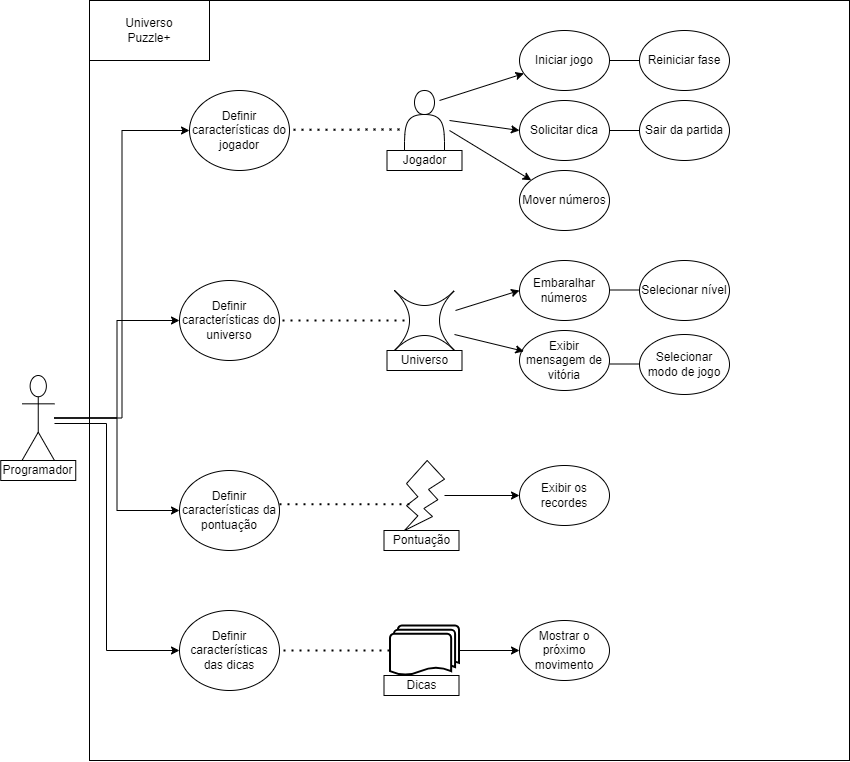
This is Mini Projeto 3/Caso de Uso.png from Beatriz-ge/OO, a draw.io export, as it was before one commit. Source tidied: cells renumbered, new cells last; positions are measured from the earlier drawing's top-left corner, leaving out a move shared by most shapes.
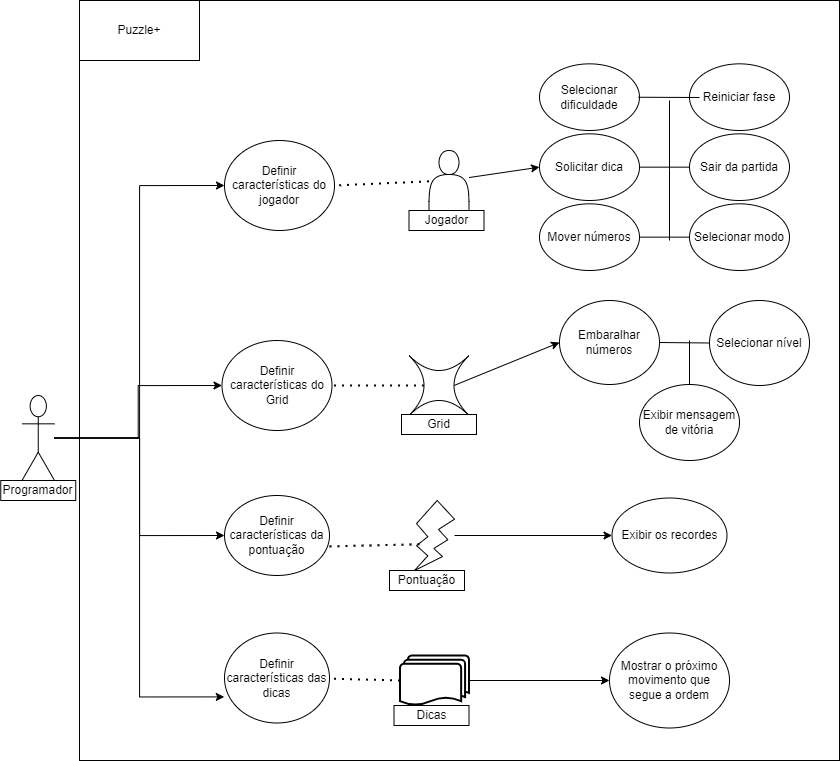
After the change.

Change to the diagram source:
```diff
@@ -3,139 +3,111 @@
     <mxCell id="0" />
     <mxCell id="1" parent="0" />
     <mxCell id="2" style="whiteSpace=wrap;html=1;" parent="1" vertex="1">
-      <mxGeometry x="89" width="760" height="760" as="geometry" />
+      <mxGeometry x="79" y="-20" width="760" height="760" as="geometry" />
     </mxCell>
-    <mxCell id="3" value="Universo&lt;br&gt;Puzzle+" style="rounded=0;whiteSpace=wrap;html=1;" parent="1" vertex="1">
-      <mxGeometry x="89" width="120" height="60" as="geometry" />
+    <mxCell id="3" value="Puzzle+" style="rounded=0;whiteSpace=wrap;html=1;" parent="1" vertex="1">
+      <mxGeometry x="79" y="-20" width="120" height="60" as="geometry" />
     </mxCell>
     <mxCell id="4" value="Definir características do jogador" style="ellipse;whiteSpace=wrap;html=1;" parent="1" vertex="1">
-      <mxGeometry x="189" y="90" width="100" height="80" as="geometry" />
+      <mxGeometry x="224" y="120" width="110" height="90" as="geometry" />
     </mxCell>
-    <mxCell id="5" value="Definir características do universo" style="ellipse;whiteSpace=wrap;html=1;" parent="1" vertex="1">
-      <mxGeometry x="179" y="280" width="100" height="80" as="geometry" />
+    <mxCell id="5" value="Definir características do Grid" style="ellipse;whiteSpace=wrap;html=1;" parent="1" vertex="1">
+      <mxGeometry x="221.5" y="320" width="110" height="90" as="geometry" />
     </mxCell>
     <mxCell id="6" value="Jogador" style="rounded=0;whiteSpace=wrap;html=1;" parent="1" vertex="1">
-      <mxGeometry x="386.5" y="150" width="75" height="20" as="geometry" />
+      <mxGeometry x="408.5" y="190" width="75" height="20" as="geometry" />
     </mxCell>
-    <mxCell id="7" value="Iniciar jogo" style="ellipse;whiteSpace=wrap;html=1;" parent="1" vertex="1">
-      <mxGeometry x="519" y="30" width="90" height="60" as="geometry" />
+    <mxCell id="7" value="Selecionar dificuldade" style="ellipse;whiteSpace=wrap;html=1;" parent="1" vertex="1">
+      <mxGeometry x="539" y="43.3" width="100" height="66.7" as="geometry" />
     </mxCell>
     <mxCell id="8" value="Solicitar dica" style="ellipse;whiteSpace=wrap;html=1;" parent="1" vertex="1">
-      <mxGeometry x="519" y="100" width="90" height="60" as="geometry" />
+      <mxGeometry x="539" y="113.3" width="100" height="66.7" as="geometry" />
     </mxCell>
     <mxCell id="9" value="Mover números" style="ellipse;whiteSpace=wrap;html=1;" parent="1" vertex="1">
-      <mxGeometry x="519" y="170" width="90" height="60" as="geometry" />
+      <mxGeometry x="539" y="183.3" width="100" height="66.7" as="geometry" />
     </mxCell>
     <mxCell id="10" value="Reiniciar fase" style="ellipse;whiteSpace=wrap;html=1;" parent="1" vertex="1">
-      <mxGeometry x="639" y="30" width="90" height="60" as="geometry" />
+      <mxGeometry x="689" y="43.3" width="100" height="66.7" as="geometry" />
     </mxCell>
     <mxCell id="11" value="Sair da partida" style="ellipse;whiteSpace=wrap;html=1;" parent="1" vertex="1">
-      <mxGeometry x="639" y="100" width="90" height="60" as="geometry" />
+      <mxGeometry x="689" y="113.3" width="100" height="66.7" as="geometry" />
     </mxCell>
-    <mxCell id="12" style="endArrow=classic;html=1;rounded=0;" parent="1" edge="1" target="7">
-      <mxGeometry relative="1" as="geometry">
-        <mxPoint x="439" y="100" as="sourcePoint" />
-      </mxGeometry>
+    <mxCell id="12" style="endArrow=classic;html=1;rounded=0;entryX=0;entryY=0.5;entryDx=0;entryDy=0;" parent="1" edge="1" source="28" target="8">
+      <mxGeometry relative="1" as="geometry" />
     </mxCell>
     <mxCell id="13" style="edgeStyle=orthogonalEdgeStyle;rounded=0;orthogonalLoop=1;jettySize=auto;html=1;exitX=0.5;exitY=1;exitDx=0;exitDy=0;" parent="1" edge="1" source="8" target="8">
       <mxGeometry relative="1" as="geometry" />
     </mxCell>
-    <mxCell id="14" style="endArrow=classic;html=1;rounded=0;entryX=0;entryY=0.5;entryDx=0;entryDy=0;" parent="1" edge="1" target="8">
-      <mxGeometry relative="1" as="geometry">
-        <mxPoint x="449" y="120" as="sourcePoint" />
-      </mxGeometry>
-    </mxCell>
-    <mxCell id="15" style="endArrow=classic;html=1;rounded=0;" parent="1" edge="1" target="9">
-      <mxGeometry relative="1" as="geometry">
-        <mxPoint x="449" y="130" as="sourcePoint" />
-      </mxGeometry>
-    </mxCell>
     <mxCell id="16" style="endArrow=none;html=1;rounded=0;" parent="1" edge="1" source="8" target="11">
       <mxGeometry relative="1" as="geometry" />
     </mxCell>
-    <mxCell id="17" style="endArrow=none;html=1;rounded=0;" parent="1" edge="1" target="10">
+    <mxCell id="17" style="endArrow=none;html=1;rounded=0;" parent="1" edge="1">
       <mxGeometry relative="1" as="geometry">
-        <mxPoint x="609" y="60" as="sourcePoint" />
+        <mxPoint x="637.9" y="76.8" as="sourcePoint" />
+        <mxPoint x="699" y="77" as="targetPoint" />
       </mxGeometry>
     </mxCell>
     <mxCell id="18" style="shape=switch;whiteSpace=wrap;html=1;" parent="1" vertex="1">
-      <mxGeometry x="394" y="290" width="60" height="60" as="geometry" />
+      <mxGeometry x="408.5" y="335" width="60" height="60" as="geometry" />
     </mxCell>
-    <mxCell id="19" value="Universo" style="rounded=0;whiteSpace=wrap;html=1;" parent="1" vertex="1">
-      <mxGeometry x="386.5" y="350" width="75" height="20" as="geometry" />
+    <mxCell id="19" value="Grid" style="rounded=0;whiteSpace=wrap;html=1;" parent="1" vertex="1">
+      <mxGeometry x="401" y="394" width="75" height="20" as="geometry" />
     </mxCell>
     <mxCell id="20" value="Embaralhar números" style="ellipse;whiteSpace=wrap;html=1;" parent="1" vertex="1">
-      <mxGeometry x="519" y="260" width="90" height="60" as="geometry" />
+      <mxGeometry x="559" y="280" width="100" height="84" as="geometry" />
     </mxCell>
     <mxCell id="21" value="Exibir mensagem de vitória" style="ellipse;whiteSpace=wrap;html=1;" parent="1" vertex="1">
-      <mxGeometry x="519" y="330" width="90" height="60" as="geometry" />
+      <mxGeometry x="639" y="364" width="100" height="76" as="geometry" />
     </mxCell>
     <mxCell id="22" value="Selecionar nível" style="ellipse;whiteSpace=wrap;html=1;" parent="1" vertex="1">
-      <mxGeometry x="639" y="260" width="90" height="60" as="geometry" />
+      <mxGeometry x="709" y="280" width="100" height="85" as="geometry" />
     </mxCell>
-    <mxCell id="23" value="Selecionar modo de jogo" style="ellipse;whiteSpace=wrap;html=1;" parent="1" vertex="1">
-      <mxGeometry x="639" y="334" width="90" height="60" as="geometry" />
-    </mxCell>
-    <mxCell id="24" style="endArrow=classic;html=1;rounded=0;" parent="1" edge="1">
-      <mxGeometry relative="1" as="geometry">
-        <mxPoint x="455" y="310" as="sourcePoint" />
-        <mxPoint x="519" y="290" as="targetPoint" />
-      </mxGeometry>
+    <mxCell id="24" style="endArrow=classic;html=1;rounded=0;entryX=0;entryY=0.5;entryDx=0;entryDy=0;exitX=0.75;exitY=0.5;exitDx=0;exitDy=0;exitPerimeter=0;" parent="1" edge="1" source="18" target="20">
+      <mxGeometry relative="1" as="geometry" />
     </mxCell>
-    <mxCell id="25" style="endArrow=classic;html=1;rounded=0;entryX=0.049;entryY=0.347;entryDx=0;entryDy=0;entryPerimeter=0;" parent="1" edge="1" target="21">
-      <mxGeometry relative="1" as="geometry">
-        <mxPoint x="454" y="334" as="sourcePoint" />
-      </mxGeometry>
-    </mxCell>
-    <mxCell id="26" style="endArrow=none;html=1;rounded=0;" parent="1" edge="1">
-      <mxGeometry relative="1" as="geometry">
-        <mxPoint x="609" y="289.5" as="sourcePoint" />
-        <mxPoint x="639" y="289.5" as="targetPoint" />
-      </mxGeometry>
+    <mxCell id="26" style="endArrow=none;html=1;rounded=0;entryX=0;entryY=0.5;entryDx=0;entryDy=0;exitX=1;exitY=0.5;exitDx=0;exitDy=0;" parent="1" edge="1" source="20" target="22">
+      <mxGeometry relative="1" as="geometry" />
     </mxCell>
-    <mxCell id="27" style="endArrow=none;html=1;rounded=0;" parent="1" edge="1">
+    <mxCell id="27" style="endArrow=none;html=1;rounded=0;" parent="1" edge="1" target="21">
       <mxGeometry relative="1" as="geometry">
-        <mxPoint x="609" y="363.5" as="sourcePoint" />
-        <mxPoint x="639" y="363.5" as="targetPoint" />
+        <mxPoint x="689" y="320" as="sourcePoint" />
       </mxGeometry>
     </mxCell>
     <mxCell id="28" style="shape=actor;whiteSpace=wrap;html=1;" parent="1" vertex="1">
-      <mxGeometry x="404" y="90" width="40" height="60" as="geometry" />
+      <mxGeometry x="428.5" y="130" width="40" height="60" as="geometry" />
     </mxCell>
     <mxCell id="29" value="Pontuação" style="rounded=0;whiteSpace=wrap;html=1;" parent="1" vertex="1">
-      <mxGeometry x="383.5" y="530" width="75" height="20" as="geometry" />
+      <mxGeometry x="389" y="550" width="75" height="20" as="geometry" />
     </mxCell>
     <mxCell id="30" style="edgeStyle=orthogonalEdgeStyle;rounded=0;jettySize=auto;html=1;" parent="1" edge="1" source="31" target="32">
       <mxGeometry relative="1" as="geometry" />
     </mxCell>
     <mxCell id="31" style="verticalLabelPosition=bottom;verticalAlign=top;html=1;shape=mxgraph.basic.flash;" parent="1" vertex="1">
-      <mxGeometry x="404" y="460" width="40" height="70" as="geometry" />
+      <mxGeometry x="414" y="480" width="40" height="70" as="geometry" />
     </mxCell>
     <mxCell id="32" value="Exibir os recordes" style="ellipse;whiteSpace=wrap;html=1;" parent="1" vertex="1">
-      <mxGeometry x="519" y="465" width="90" height="60" as="geometry" />
+      <mxGeometry x="611.5" y="477.5" width="115" height="75" as="geometry" />
     </mxCell>
     <mxCell id="33" style="edgeStyle=orthogonalEdgeStyle;rounded=0;jettySize=auto;html=1;" parent="1" edge="1" source="34" target="36">
       <mxGeometry relative="1" as="geometry" />
     </mxCell>
     <mxCell id="34" style="strokeWidth=2;html=1;shape=mxgraph.flowchart.multi-document;whiteSpace=wrap;" parent="1" vertex="1">
-      <mxGeometry x="389.5" y="625" width="69" height="50" as="geometry" />
+      <mxGeometry x="399.5" y="635" width="69" height="50" as="geometry" />
     </mxCell>
     <mxCell id="35" value="Dicas" style="rounded=0;whiteSpace=wrap;html=1;" parent="1" vertex="1">
-      <mxGeometry x="383.5" y="675" width="75" height="20" as="geometry" />
+      <mxGeometry x="393.5" y="685" width="75" height="20" as="geometry" />
     </mxCell>
-    <mxCell id="36" value="Mostrar o próximo movimento" style="ellipse;whiteSpace=wrap;html=1;" parent="1" vertex="1">
-      <mxGeometry x="519" y="620" width="90" height="60" as="geometry" />
+    <mxCell id="36" value="Mostrar o próximo movimento que segue a ordem" style="ellipse;whiteSpace=wrap;html=1;" parent="1" vertex="1">
+      <mxGeometry x="609" y="612.5" width="120" height="95" as="geometry" />
     </mxCell>
-    <mxCell id="37" style="endArrow=none;dashed=1;html=1;dashPattern=1 3;strokeWidth=2;rounded=0;endSize=0;startSize=0;entryX=1;entryY=0.5;entryDx=0;entryDy=0;" parent="1" edge="1" target="5">
-      <mxGeometry relative="1" as="geometry">
-        <mxPoint x="404" y="320" as="sourcePoint" />
-      </mxGeometry>
+    <mxCell id="37" style="endArrow=none;dashed=1;html=1;dashPattern=1 3;strokeWidth=2;rounded=0;endSize=0;startSize=0;entryX=1;entryY=0.5;entryDx=0;entryDy=0;exitX=0.25;exitY=0.5;exitDx=0;exitDy=0;exitPerimeter=0;" parent="1" edge="1" source="18" target="5">
+      <mxGeometry relative="1" as="geometry" />
     </mxCell>
     <mxCell id="38" value="Definir características da pontuação" style="ellipse;whiteSpace=wrap;html=1;" parent="1" vertex="1">
-      <mxGeometry x="179" y="470" width="100" height="80" as="geometry" />
+      <mxGeometry x="224" y="475" width="105" height="80" as="geometry" />
     </mxCell>
     <mxCell id="39" value="Definir características das dicas" style="ellipse;whiteSpace=wrap;html=1;" parent="1" vertex="1">
-      <mxGeometry x="179" y="610" width="100" height="80" as="geometry" />
+      <mxGeometry x="224" y="612.5" width="105" height="90" as="geometry" />
     </mxCell>
     <mxCell id="40" style="edgeStyle=orthogonalEdgeStyle;rounded=0;jettySize=auto;html=1;entryX=0;entryY=0.5;entryDx=0;entryDy=0;" parent="1" edge="1" source="44" target="4">
       <mxGeometry relative="1" as="geometry" />
@@ -146,36 +118,41 @@
     <mxCell id="42" style="edgeStyle=orthogonalEdgeStyle;rounded=0;jettySize=auto;html=1;entryX=0;entryY=0.5;entryDx=0;entryDy=0;" parent="1" edge="1" source="44" target="38">
       <mxGeometry relative="1" as="geometry" />
     </mxCell>
-    <mxCell id="43" style="edgeStyle=orthogonalEdgeStyle;rounded=0;jettySize=auto;html=1;entryX=0;entryY=0.5;entryDx=0;entryDy=0;" parent="1" edge="1" source="44" target="39">
-      <mxGeometry relative="1" as="geometry">
-        <Array as="points">
-          <mxPoint x="106" y="423" />
-          <mxPoint x="106" y="650" />
-        </Array>
-      </mxGeometry>
-    </mxCell>
     <mxCell id="44" value="Actor" style="shape=umlActor;verticalLabelPosition=bottom;verticalAlign=top;html=1;outlineConnect=0;" parent="1" vertex="1">
       <mxGeometry x="21.5" y="375" width="32.5" height="85" as="geometry" />
     </mxCell>
     <mxCell id="45" value="Programador" style="rounded=0;whiteSpace=wrap;html=1;" parent="1" vertex="1">
       <mxGeometry x="0.2" y="460" width="75" height="20" as="geometry" />
     </mxCell>
-    <mxCell id="46" style="endArrow=none;dashed=1;html=1;dashPattern=1 3;strokeWidth=2;rounded=0;endSize=0;startSize=0;entryX=1;entryY=0.5;entryDx=0;entryDy=0;exitX=0.125;exitY=0.626;exitDx=0;exitDy=0;exitPerimeter=0;" parent="1" edge="1" source="31">
-      <mxGeometry relative="1" as="geometry">
-        <mxPoint x="279" y="503.8" as="targetPoint" />
-      </mxGeometry>
+    <mxCell id="46" style="endArrow=none;dashed=1;html=1;dashPattern=1 3;strokeWidth=2;rounded=0;endSize=0;startSize=0;entryX=0.971;entryY=0.637;entryDx=0;entryDy=0;exitX=0.125;exitY=0.626;exitDx=0;exitDy=0;exitPerimeter=0;entryPerimeter=0;" parent="1" edge="1" source="31" target="38">
+      <mxGeometry relative="1" as="geometry" />
     </mxCell>
-    <mxCell id="47" style="endArrow=none;dashed=1;html=1;dashPattern=1 3;strokeWidth=2;rounded=0;endSize=0;startSize=0;entryX=1;entryY=0.5;entryDx=0;entryDy=0;" parent="1" edge="1">
-      <mxGeometry relative="1" as="geometry">
-        <mxPoint x="389" y="650" as="sourcePoint" />
-        <mxPoint x="279" y="650" as="targetPoint" />
-      </mxGeometry>
+    <mxCell id="47" style="endArrow=none;dashed=1;html=1;dashPattern=1 3;strokeWidth=2;rounded=0;endSize=0;startSize=0;exitX=0;exitY=0.5;exitDx=0;exitDy=0;exitPerimeter=0;" parent="1" edge="1" source="34" target="39">
+      <mxGeometry relative="1" as="geometry" />
     </mxCell>
-    <mxCell id="48" style="endArrow=none;dashed=1;html=1;dashPattern=1 3;strokeWidth=2;rounded=0;endSize=0;startSize=0;entryX=1;entryY=0.5;entryDx=0;entryDy=0;" parent="1" edge="1">
-      <mxGeometry relative="1" as="geometry">
-        <mxPoint x="399" y="129" as="sourcePoint" />
-        <mxPoint x="289" y="129.3" as="targetPoint" />
-      </mxGeometry>
+    <mxCell id="48" style="endArrow=none;dashed=1;html=1;dashPattern=1 3;strokeWidth=2;rounded=0;endSize=0;startSize=0;entryX=1;entryY=0.5;entryDx=0;entryDy=0;" parent="1" edge="1" source="28" target="4">
+      <mxGeometry relative="1" as="geometry" />
     </mxCell>
+    <mxCell id="49" value="Selecionar modo" style="ellipse;whiteSpace=wrap;html=1;" parent="1" vertex="1">
+      <mxGeometry x="689" y="183.3" width="100" height="66.7" as="geometry" />
+    </mxCell>
+    <mxCell id="50" style="endArrow=none;html=1;rounded=0;exitX=1;exitY=0.5;exitDx=0;exitDy=0;" parent="1" edge="1" source="9" target="49">
+      <mxGeometry relative="1" as="geometry" />
+    </mxCell>
+    <mxCell id="51" style="endArrow=none;html=1;rounded=0;" parent="1" edge="1">
+      <mxGeometry relative="1" as="geometry">
+        <mxPoint x="669" y="80" as="sourcePoint" />
+        <mxPoint x="669" y="150" as="targetPoint" />
+      </mxGeometry>
+    </mxCell>
+    <mxCell id="52" style="endArrow=none;html=1;rounded=0;" parent="1" edge="1">
+      <mxGeometry relative="1" as="geometry">
+        <mxPoint x="669" y="150" as="sourcePoint" />
+        <mxPoint x="669" y="220" as="targetPoint" />
+      </mxGeometry>
+    </mxCell>
+    <mxCell id="43" style="edgeStyle=orthogonalEdgeStyle;rounded=0;jettySize=auto;html=1;entryX=-0.002;entryY=0.71;entryDx=0;entryDy=0;entryPerimeter=0;" parent="1" edge="1" source="44" target="39">
+      <mxGeometry relative="1" as="geometry" />
+    </mxCell>
   </root>
 </mxGraphModel>
```
